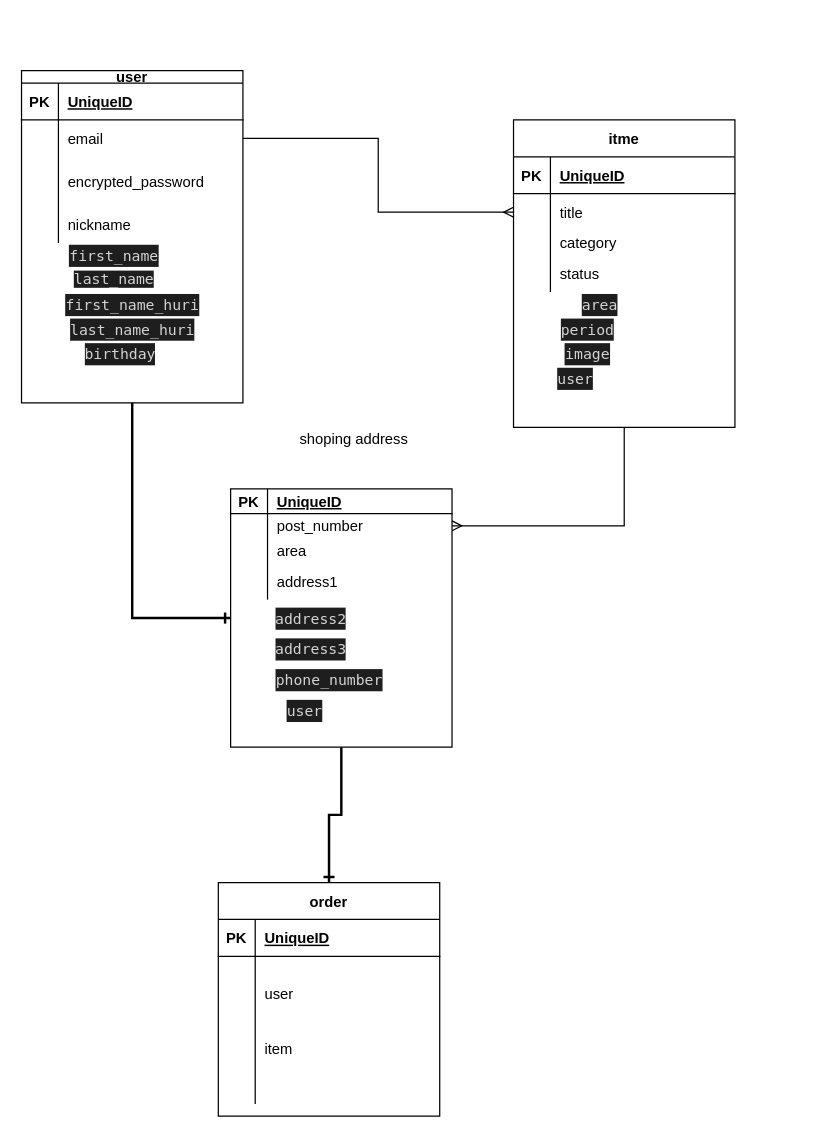
Before: furima.dio in Masahiro6280/furima-36771, a draw.io diagram. Source tidied: cells renumbered, new cells numbered last; positions are measured from the earlier drawing's top-left corner, leaving out a move shared by most shapes. Both pictures are drawn from the tidied source at 123%, with x=0, y=0 at pixel (21, 70).
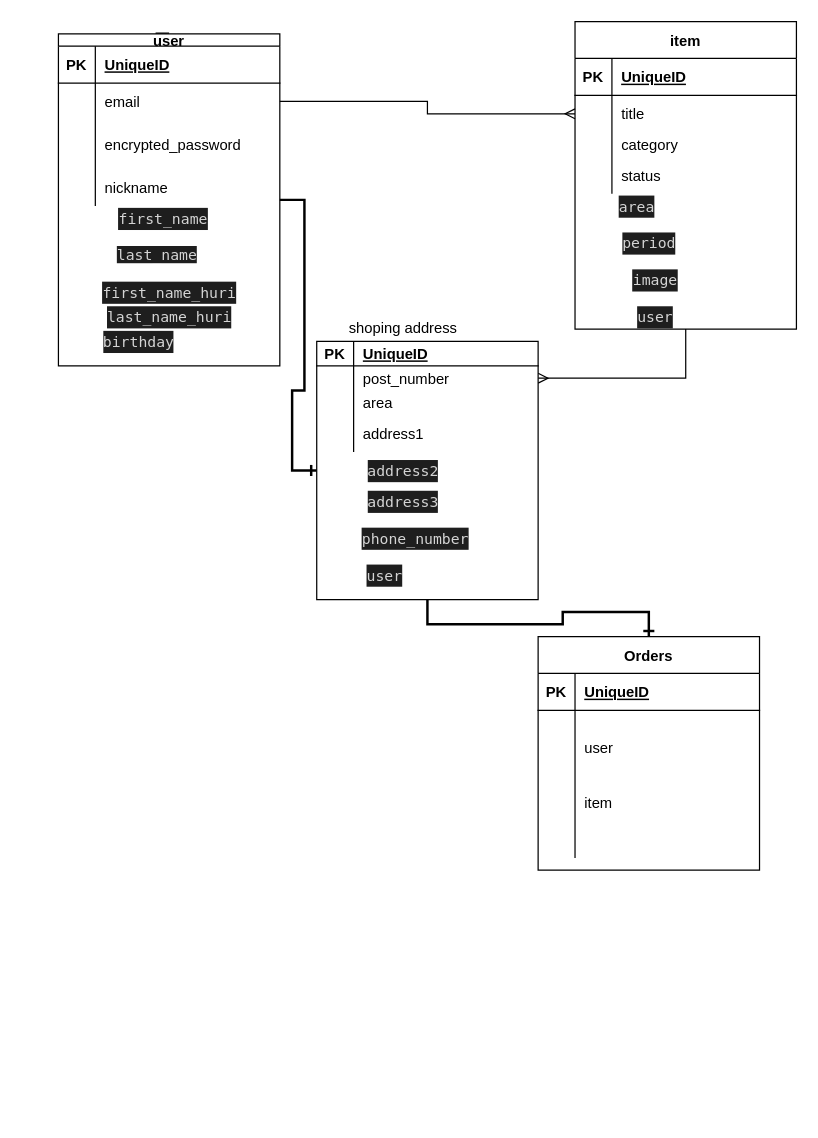
After the change.

What changed in the source:
```diff
@@
+    <mxCell id="72" style="edgeStyle=orthogonalEdgeStyle;rounded=0;jettySize=auto;html=1;exitX=0.5;exitY=0;exitDx=0;exitDy=0;endArrow=ERone;endFill=0;strokeWidth=2;" parent="1" edge="1" source="3">
+      <mxGeometry relative="1" as="geometry">
+        <mxPoint x="110" y="-20" as="targetPoint" />
+      </mxGeometry>
+    </mxCell>
     <mxCell id="3" value="user" style="shape=table;startSize=10;childLayout=tableLayout;rowLines=0;fontStyle=1;align=center;" parent="1" vertex="1">
-      <mxGeometry width="180" height="270" as="geometry" />
+      <mxGeometry x="30" y="-30" width="180" height="270" as="geometry" />
     </mxCell>
@@
-    <mxCell id="17" value="itme" style="shape=table;startSize=30;childLayout=tableLayout;rowLines=0;fontStyle=1;align=center;" parent="1" vertex="1">
-      <mxGeometry x="400" y="40" width="180" height="250" as="geometry" />
+    <mxCell id="17" value="item" style="shape=table;startSize=30;childLayout=tableLayout;rowLines=0;fontStyle=1;align=center;" parent="1" vertex="1">
+      <mxGeometry x="450" y="-40" width="180" height="250" as="geometry" />
     </mxCell>
@@
     <mxCell id="31" style="shape=table;startSize=0;childLayout=tableLayout;rowLines=0;fontStyle=1;align=center;" parent="1" vertex="1">
-      <mxGeometry x="170" y="340" width="180" height="210" as="geometry" />
+      <mxGeometry x="240" y="220" width="180" height="210" as="geometry" />
     </mxCell>
@@
-    <mxCell id="45" value="order" style="shape=table;startSize=30;childLayout=tableLayout;rowLines=0;fontStyle=1;align=center;" parent="1" vertex="1">
-      <mxGeometry x="160" y="660" width="180" height="190" as="geometry" />
+    <mxCell id="45" value="Orders" style="shape=table;startSize=30;childLayout=tableLayout;rowLines=0;fontStyle=1;align=center;" parent="1" vertex="1">
+      <mxGeometry x="420" y="460" width="180" height="190" as="geometry" />
     </mxCell>
@@
     <mxCell id="58" value="&lt;div style=&quot;color: rgb(212 , 212 , 212) ; background-color: rgb(30 , 30 , 30) ; font-family: &amp;#34;menlo&amp;#34; , &amp;#34;monaco&amp;#34; , &amp;#34;courier new&amp;#34; , monospace ; line-height: 18px&quot;&gt;first_name&lt;/div&gt;" style="text;html=1;align=center;verticalAlign=middle;strokeColor=none;" parent="1" vertex="1">
-      <mxGeometry x="30" y="140" width="90" height="20" as="geometry" />
+      <mxGeometry x="70" y="110" width="90" height="20" as="geometry" />
     </mxCell>
     <mxCell id="59" value="&lt;span style=&quot;background-color: rgb(30 , 30 , 30) ; color: rgb(212 , 212 , 212) ; font-family: &amp;#34;menlo&amp;#34; , &amp;#34;monaco&amp;#34; , &amp;#34;courier new&amp;#34; , monospace&quot;&gt;last_name&lt;/span&gt;" style="text;html=1;align=center;verticalAlign=middle;strokeColor=none;" parent="1" vertex="1">
-      <mxGeometry x="35" y="160" width="80" height="20" as="geometry" />
+      <mxGeometry x="70" y="140" width="80" height="20" as="geometry" />
     </mxCell>
     <mxCell id="60" value="&lt;div style=&quot;color: rgb(212 , 212 , 212) ; background-color: rgb(30 , 30 , 30) ; font-family: &amp;#34;menlo&amp;#34; , &amp;#34;monaco&amp;#34; , &amp;#34;courier new&amp;#34; , monospace ; line-height: 18px&quot;&gt;first_name_huri&lt;/div&gt;" style="text;html=1;align=center;verticalAlign=middle;strokeColor=none;" parent="1" vertex="1">
-      <mxGeometry x="30" y="180" width="120" height="20" as="geometry" />
+      <mxGeometry x="60" y="170" width="120" height="20" as="geometry" />
     </mxCell>
     <mxCell id="61" value="&lt;div style=&quot;color: rgb(212 , 212 , 212) ; background-color: rgb(30 , 30 , 30) ; font-family: &amp;#34;menlo&amp;#34; , &amp;#34;monaco&amp;#34; , &amp;#34;courier new&amp;#34; , monospace ; line-height: 18px&quot;&gt;last_name_huri&lt;/div&gt;" style="text;html=1;align=center;verticalAlign=middle;strokeColor=none;" parent="1" vertex="1">
-      <mxGeometry x="30" y="200" width="120" height="20" as="geometry" />
+      <mxGeometry x="60" y="190" width="120" height="20" as="geometry" />
     </mxCell>
-    <mxCell id="62" value="&lt;div style=&quot;color: rgb(212 , 212 , 212) ; background-color: rgb(30 , 30 , 30) ; font-family: &amp;#34;menlo&amp;#34; , &amp;#34;monaco&amp;#34; , &amp;#34;courier new&amp;#34; , monospace ; line-height: 18px&quot;&gt;birthday&lt;/div&gt;" style="text;html=1;align=center;verticalAlign=middle;strokeColor=none;" parent="1" vertex="1">
-      <mxGeometry x="45" y="220" width="70" height="20" as="geometry" />
+    <mxCell id="62" value="&lt;div style=&quot;color: rgb(212 , 212 , 212) ; background-color: rgb(30 , 30 , 30) ; font-family: &amp;#34;menlo&amp;#34; , &amp;#34;monaco&amp;#34; , &amp;#34;courier new&amp;#34; , monospace ; line-height: 18px&quot;&gt;birthday&lt;/div&gt;" style="text;html=1;align=center;verticalAlign=middle;strokeColor=none;rotation=0;" parent="1" vertex="1">
+      <mxGeometry x="60" y="210" width="70" height="20" as="geometry" />
     </mxCell>
     <mxCell id="63" value="&lt;div style=&quot;color: rgb(212 , 212 , 212) ; background-color: rgb(30 , 30 , 30) ; font-family: &amp;#34;menlo&amp;#34; , &amp;#34;monaco&amp;#34; , &amp;#34;courier new&amp;#34; , monospace ; line-height: 18px&quot;&gt;area&lt;/div&gt;" style="text;html=1;align=center;verticalAlign=middle;strokeColor=none;" parent="1" vertex="1">
-      <mxGeometry x="450" y="180" width="40" height="20" as="geometry" />
+      <mxGeometry x="480" y="100" width="40" height="20" as="geometry" />
     </mxCell>
     <mxCell id="64" value="&lt;div style=&quot;color: rgb(212 , 212 , 212) ; background-color: rgb(30 , 30 , 30) ; font-family: &amp;#34;menlo&amp;#34; , &amp;#34;monaco&amp;#34; , &amp;#34;courier new&amp;#34; , monospace ; line-height: 18px&quot;&gt;period &lt;/div&gt;" style="text;html=1;align=center;verticalAlign=middle;strokeColor=none;" parent="1" vertex="1">
-      <mxGeometry x="430" y="200" width="60" height="20" as="geometry" />
+      <mxGeometry x="480" y="130" width="60" height="20" as="geometry" />
     </mxCell>
     <mxCell id="65" value="&lt;div style=&quot;color: rgb(212 , 212 , 212) ; background-color: rgb(30 , 30 , 30) ; font-family: &amp;#34;menlo&amp;#34; , &amp;#34;monaco&amp;#34; , &amp;#34;courier new&amp;#34; , monospace ; line-height: 18px&quot;&gt;image &lt;/div&gt;" style="text;html=1;align=center;verticalAlign=middle;strokeColor=none;" parent="1" vertex="1">
-      <mxGeometry x="435" y="220" width="50" height="20" as="geometry" />
+      <mxGeometry x="490" y="160" width="50" height="20" as="geometry" />
     </mxCell>
     <mxCell id="66" value="&lt;div style=&quot;color: rgb(212 , 212 , 212) ; background-color: rgb(30 , 30 , 30) ; font-family: &amp;#34;menlo&amp;#34; , &amp;#34;monaco&amp;#34; , &amp;#34;courier new&amp;#34; , monospace ; line-height: 18px&quot;&gt;user  &lt;/div&gt;" style="text;html=1;align=center;verticalAlign=middle;strokeColor=none;" parent="1" vertex="1">
-      <mxGeometry x="430" y="240" width="40" height="20" as="geometry" />
+      <mxGeometry x="495" y="190" width="40" height="20" as="geometry" />
     </mxCell>
     <mxCell id="67" value="shoping address" style="text;html=1;align=center;verticalAlign=middle;strokeColor=none;" parent="1" vertex="1">
-      <mxGeometry x="220" y="290" width="100" height="20" as="geometry" />
+      <mxGeometry x="260" y="200" width="100" height="20" as="geometry" />
     </mxCell>
     <mxCell id="68" value="&lt;div style=&quot;color: rgb(212 , 212 , 212) ; background-color: rgb(30 , 30 , 30) ; font-family: &amp;#34;menlo&amp;#34; , &amp;#34;monaco&amp;#34; , &amp;#34;courier new&amp;#34; , monospace ; line-height: 18px&quot;&gt;address2 &lt;/div&gt;" style="text;html=1;align=center;verticalAlign=middle;strokeColor=none;" parent="1" vertex="1">
-      <mxGeometry x="200" y="435" width="70" height="20" as="geometry" />
+      <mxGeometry x="275" y="315" width="70" height="20" as="geometry" />
     </mxCell>
     <mxCell id="69" value="&lt;div style=&quot;color: rgb(212 , 212 , 212) ; background-color: rgb(30 , 30 , 30) ; font-family: &amp;#34;menlo&amp;#34; , &amp;#34;monaco&amp;#34; , &amp;#34;courier new&amp;#34; , monospace ; line-height: 18px&quot;&gt;address3 &lt;/div&gt;" style="text;html=1;align=center;verticalAlign=middle;strokeColor=none;" parent="1" vertex="1">
-      <mxGeometry x="200" y="460" width="70" height="20" as="geometry" />
+      <mxGeometry x="275" y="340" width="70" height="20" as="geometry" />
     </mxCell>
     <mxCell id="70" value="&lt;div style=&quot;color: rgb(212 , 212 , 212) ; background-color: rgb(30 , 30 , 30) ; font-family: &amp;#34;menlo&amp;#34; , &amp;#34;monaco&amp;#34; , &amp;#34;courier new&amp;#34; , monospace ; line-height: 18px&quot;&gt;phone_number   &lt;/div&gt;" style="text;html=1;align=center;verticalAlign=middle;strokeColor=none;" parent="1" vertex="1">
-      <mxGeometry x="200" y="485" width="100" height="20" as="geometry" />
+      <mxGeometry x="270" y="370" width="100" height="20" as="geometry" />
     </mxCell>
     <mxCell id="71" value="&lt;div style=&quot;color: rgb(212 , 212 , 212) ; background-color: rgb(30 , 30 , 30) ; font-family: &amp;#34;menlo&amp;#34; , &amp;#34;monaco&amp;#34; , &amp;#34;courier new&amp;#34; , monospace ; line-height: 18px&quot;&gt;user&lt;/div&gt;" style="text;html=1;align=center;verticalAlign=middle;strokeColor=none;" parent="1" vertex="1">
-      <mxGeometry x="210" y="510" width="40" height="20" as="geometry" />
+      <mxGeometry x="275" y="400" width="40" height="20" as="geometry" />
     </mxCell>
```
